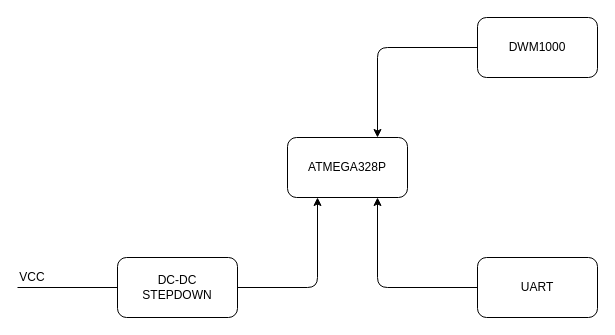
This is doc/img/HardwareTag.drawio from AP-IT-GH/jp19-luwb, a draw.io file, before an edit. Source tidied: cells renumbered, new cells numbered last; positions are measured from the earlier drawing's top-left corner, leaving out a move shared by most shapes. Both pictures are drawn from the tidied source at 100%, with x=0, y=0 at pixel (17, 17).
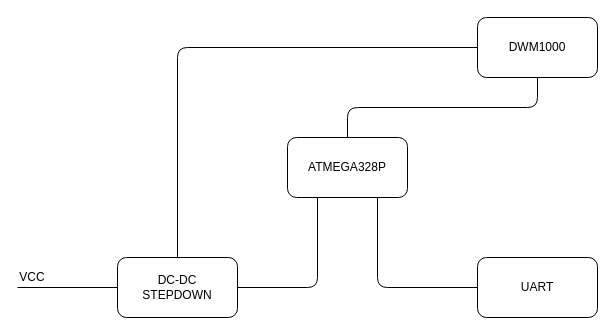
Above is the later version.

The edit, as a diff of the source:
```diff
@@
-    <mxCell id="2" style="rounded=1;whiteSpace=wrap;html=1;" parent="1" vertex="1">
-      <mxGeometry x="270" y="120" width="120" height="60" as="geometry" />
-    </mxCell>
+    <mxCell id="15" style="rounded=1;whiteSpace=wrap;html=1;" parent="1" vertex="1">
+      <mxGeometry x="270" y="120" width="120" height="60" as="geometry" />
+    </mxCell>
@@
-    <mxCell id="4" style="rounded=1;whiteSpace=wrap;html=1;" parent="1" vertex="1">
-      <mxGeometry x="100" y="240" width="120" height="60" as="geometry" />
-    </mxCell>
+    <mxCell id="16" style="rounded=1;whiteSpace=wrap;html=1;" parent="1" vertex="1">
+      <mxGeometry x="100" y="240" width="120" height="60" as="geometry" />
+    </mxCell>
@@
-    <mxCell id="6" style="rounded=1;whiteSpace=wrap;html=1;" parent="1" vertex="1">
-      <mxGeometry x="460" width="120" height="60" as="geometry" />
-    </mxCell>
+    <mxCell id="17" style="rounded=1;whiteSpace=wrap;html=1;" parent="1" vertex="1">
+      <mxGeometry x="460" width="120" height="60" as="geometry" />
+    </mxCell>
@@
-    <mxCell id="8" style="rounded=1;whiteSpace=wrap;html=1;" parent="1" vertex="1">
-      <mxGeometry x="460" y="240" width="120" height="60" as="geometry" />
-    </mxCell>
+    <mxCell id="18" style="rounded=1;whiteSpace=wrap;html=1;" parent="1" vertex="1">
+      <mxGeometry x="460" y="240" width="120" height="60" as="geometry" />
+    </mxCell>
@@
-    <mxCell id="10" style="endArrow=classic;html=1;entryX=0.25;entryY=1;entryDx=0;entryDy=0;exitX=1;exitY=0.5;exitDx=0;exitDy=0;" parent="1" edge="1" source="4" target="2">
-      <mxGeometry relative="1" as="geometry">
-        <Array as="points">
-          <mxPoint x="300" y="270" />
-        </Array>
-      </mxGeometry>
-    </mxCell>
-    <mxCell id="11" style="endArrow=classic;html=1;entryX=0.75;entryY=1;entryDx=0;entryDy=0;exitX=0;exitY=0.5;exitDx=0;exitDy=0;" parent="1" edge="1" source="8" target="2">
-      <mxGeometry relative="1" as="geometry">
-        <Array as="points">
-          <mxPoint x="360" y="270" />
-        </Array>
-      </mxGeometry>
-    </mxCell>
-    <mxCell id="12" style="endArrow=classic;html=1;exitX=0;exitY=0.5;exitDx=0;exitDy=0;entryX=0.75;entryY=0;entryDx=0;entryDy=0;" parent="1" edge="1" source="6" target="2">
-      <mxGeometry relative="1" as="geometry">
-        <Array as="points">
-          <mxPoint x="360" y="30" />
-        </Array>
-      </mxGeometry>
-    </mxCell>
@@
-    <mxCell id="14" style="endArrow=none;html=1;entryX=0;entryY=0.5;entryDx=0;entryDy=0;" parent="1" edge="1" target="4">
-      <mxGeometry relative="1" as="geometry">
-        <mxPoint y="270" as="sourcePoint" />
-      </mxGeometry>
-    </mxCell>
+    <mxCell id="19" style="endArrow=none;html=1;entryX=0;entryY=0.5;entryDx=0;entryDy=0;" parent="1" edge="1" target="16">
+      <mxGeometry relative="1" as="geometry">
+        <mxPoint y="270" as="sourcePoint" />
+      </mxGeometry>
+    </mxCell>
+    <mxCell id="20" style="endArrow=none;html=1;entryX=0.5;entryY=1;entryDx=0;entryDy=0;exitX=0.5;exitY=0;exitDx=0;exitDy=0;" parent="1" edge="1" source="15" target="17">
+      <mxGeometry relative="1" as="geometry">
+        <Array as="points">
+          <mxPoint x="330" y="90" />
+          <mxPoint x="520" y="90" />
+        </Array>
+      </mxGeometry>
+    </mxCell>
+    <mxCell id="21" style="endArrow=none;html=1;exitX=0;exitY=0.5;exitDx=0;exitDy=0;entryX=0.75;entryY=1;entryDx=0;entryDy=0;" parent="1" edge="1" source="18" target="15">
+      <mxGeometry relative="1" as="geometry">
+        <Array as="points">
+          <mxPoint x="360" y="270" />
+        </Array>
+      </mxGeometry>
+    </mxCell>
+    <mxCell id="22" style="endArrow=none;html=1;entryX=0;entryY=0.5;entryDx=0;entryDy=0;exitX=0.5;exitY=0;exitDx=0;exitDy=0;" parent="1" edge="1" source="16" target="17">
+      <mxGeometry relative="1" as="geometry">
+        <Array as="points">
+          <mxPoint x="160" y="30" />
+        </Array>
+      </mxGeometry>
+    </mxCell>
+    <mxCell id="23" style="endArrow=none;html=1;entryX=0.25;entryY=1;entryDx=0;entryDy=0;exitX=1;exitY=0.5;exitDx=0;exitDy=0;" parent="1" edge="1" source="16" target="15">
+      <mxGeometry relative="1" as="geometry">
+        <Array as="points">
+          <mxPoint x="300" y="270" />
+        </Array>
+      </mxGeometry>
+    </mxCell>
```
